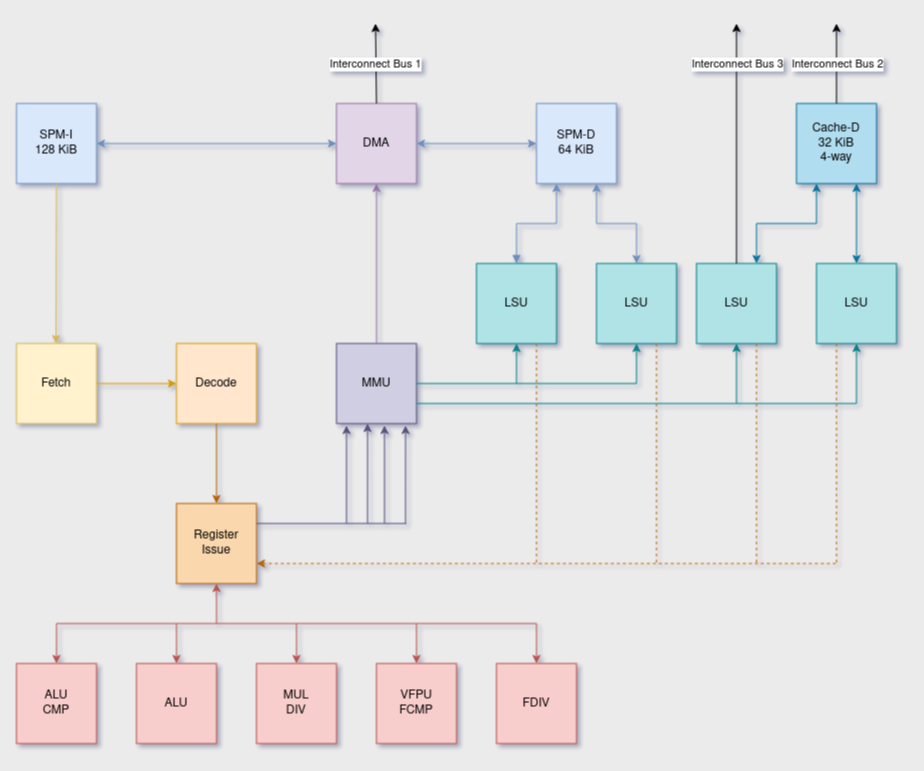
Earlier version of the draw.io export Altair_arch_Intern.png (Kannagi/AltairX). Source tidied: cells renumbered, new cells last; positions are measured from the earlier drawing's top-left corner, leaving out a move shared by most shapes.
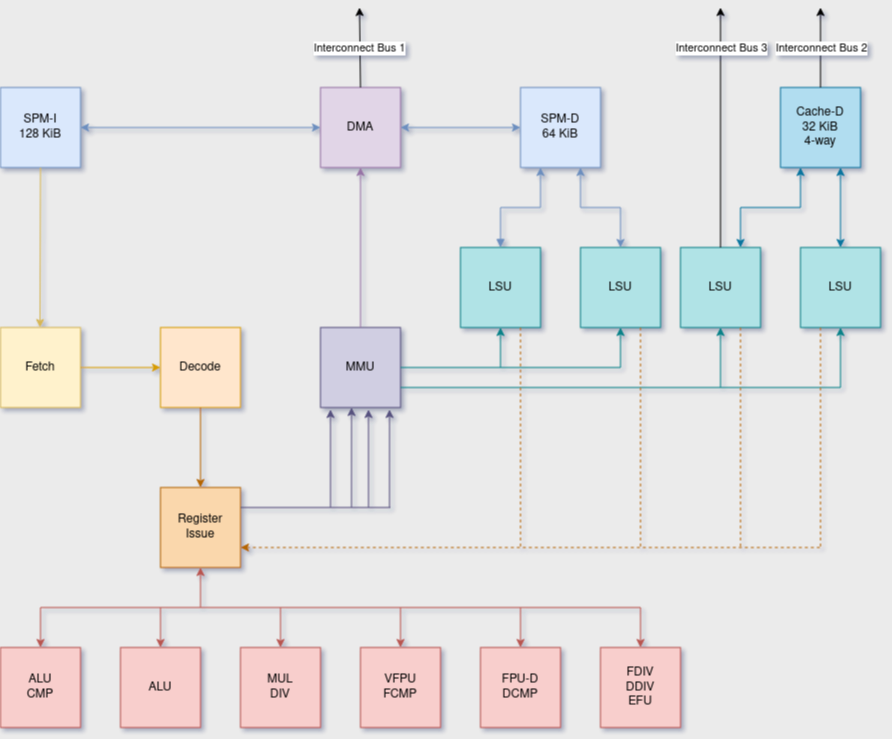
The same file after the commit.

Change to the diagram source:
```diff
@@ -1,4 +1,4 @@
-<mxGraphModel background="#EBEBEB">
+<mxGraphModel background="#EBEBEB" shadow="1">
   <root>
     <mxCell id="0" />
     <mxCell id="1" parent="0" />
@@ -47,8 +47,8 @@
     <mxCell id="16" value="VFPU&lt;br&gt;FCMP" style="rounded=0;whiteSpace=wrap;html=1;fillColor=#f8cecc;strokeColor=#b85450;" parent="1" vertex="1">
       <mxGeometry x="360" y="640" width="80" height="80" as="geometry" />
     </mxCell>
-    <mxCell id="17" value="FDIV" style="rounded=0;whiteSpace=wrap;html=1;fillColor=#f8cecc;strokeColor=#b85450;" parent="1" vertex="1">
-      <mxGeometry x="480" y="640" width="80" height="80" as="geometry" />
+    <mxCell id="17" value="FDIV&lt;br&gt;DDIV&lt;br&gt;EFU" style="rounded=0;whiteSpace=wrap;html=1;fillColor=#f8cecc;strokeColor=#b85450;" parent="1" vertex="1">
+      <mxGeometry x="600" y="640" width="80" height="80" as="geometry" />
     </mxCell>
     <mxCell id="18" style="endArrow=classic;html=1;rounded=0;exitX=0.5;exitY=1;exitDx=0;exitDy=0;entryX=0.494;entryY=0;entryDx=0;entryDy=0;entryPerimeter=0;fillColor=#fff2cc;strokeColor=#d6b656;" parent="1" edge="1" source="2" target="3">
       <mxGeometry relative="1" as="geometry" />
@@ -78,13 +78,13 @@
     </mxCell>
     <mxCell id="24" style="endArrow=classic;html=1;rounded=0;entryX=0.5;entryY=0;entryDx=0;entryDy=0;fillColor=#f8cecc;strokeColor=#b85450;" parent="1" edge="1" target="17">
       <mxGeometry relative="1" as="geometry">
-        <mxPoint x="520" y="600" as="sourcePoint" />
+        <mxPoint x="640" y="600" as="sourcePoint" />
       </mxGeometry>
     </mxCell>
     <mxCell id="25" style="endArrow=none;html=1;rounded=0;endFill=0;fillColor=#f8cecc;strokeColor=#b85450;" parent="1" edge="1">
       <mxGeometry relative="1" as="geometry">
         <mxPoint x="40" y="600" as="sourcePoint" />
-        <mxPoint x="520" y="600" as="targetPoint" />
+        <mxPoint x="640" y="600" as="targetPoint" />
       </mxGeometry>
     </mxCell>
     <mxCell id="26" style="endArrow=none;html=1;rounded=0;endFill=0;fillColor=#f8cecc;strokeColor=#b85450;startArrow=classic;startFill=1;" parent="1" edge="1">
@@ -233,5 +233,13 @@
         <mxPoint x="-1" y="-116" as="offset" />
       </mxGeometry>
     </mxCell>
+    <mxCell id="58" value="FPU-D&lt;br&gt;DCMP" style="rounded=0;whiteSpace=wrap;html=1;fillColor=#f8cecc;strokeColor=#b85450;" parent="1" vertex="1">
+      <mxGeometry x="480" y="640" width="80" height="80" as="geometry" />
+    </mxCell>
+    <mxCell id="59" style="endArrow=classic;html=1;rounded=0;entryX=0.5;entryY=0;entryDx=0;entryDy=0;fillColor=#f8cecc;strokeColor=#b85450;" parent="1" edge="1" target="58">
+      <mxGeometry relative="1" as="geometry">
+        <mxPoint x="520" y="600" as="sourcePoint" />
+      </mxGeometry>
+    </mxCell>
   </root>
 </mxGraphModel>
```
